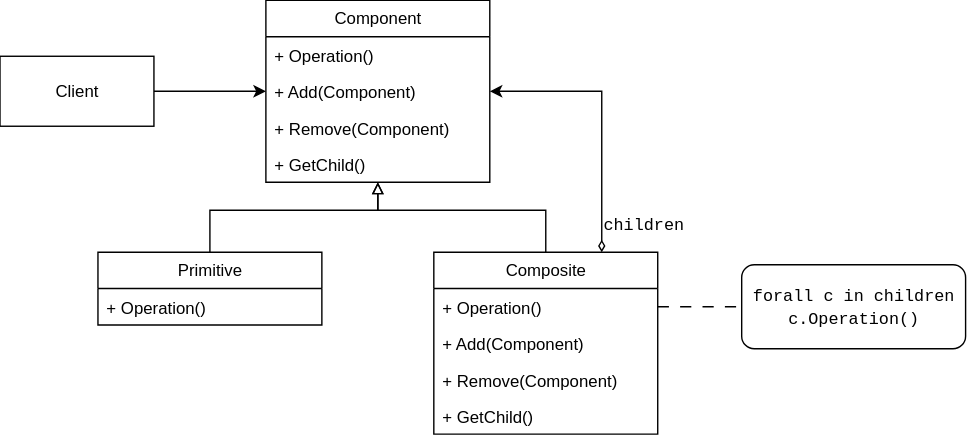
Earlier version of the draw.io export structural/composite/figs/diagram.svg (l7aur/Design-Patterns-Playground). Source tidied: cells renumbered, new cells last; positions are measured from the earlier drawing's top-left corner, leaving out a move shared by most shapes. The source it was exported from:
```xml
<mxGraphModel>
  <root>
    <mxCell id="0" />
    <mxCell id="1" parent="0" />
    <mxCell id="2" value="Component" style="swimlane;fontStyle=0;horizontal=1;startSize=26;fillColor=none;whiteSpace=wrap;html=1;" parent="1" vertex="1">
      <mxGeometry x="190" width="160" height="130" as="geometry" />
    </mxCell>
    <mxCell id="3" value="+ Operation()&lt;div&gt;&lt;br&gt;&lt;/div&gt;" style="text;strokeColor=none;fillColor=none;align=left;verticalAlign=top;spacingLeft=4;spacingRight=4;overflow=hidden;whiteSpace=wrap;html=1;" parent="2" vertex="1">
      <mxGeometry y="26" width="160" height="26" as="geometry" />
    </mxCell>
    <mxCell id="4" value="+ Add(Component)" style="text;strokeColor=none;fillColor=none;align=left;verticalAlign=top;spacingLeft=4;spacingRight=4;overflow=hidden;points=[[0,0.5],[1,0.5]];portConstraint=eastwest;whiteSpace=wrap;html=1;" parent="2" vertex="1">
      <mxGeometry y="52" width="160" height="26" as="geometry" />
    </mxCell>
    <mxCell id="5" value="+ Remove(Component)" style="text;strokeColor=none;fillColor=none;align=left;verticalAlign=top;spacingLeft=4;spacingRight=4;overflow=hidden;whiteSpace=wrap;html=1;" parent="2" vertex="1">
      <mxGeometry y="78" width="160" height="26" as="geometry" />
    </mxCell>
    <mxCell id="6" value="+ GetChild()" style="text;strokeColor=none;fillColor=none;align=left;verticalAlign=top;spacingLeft=4;spacingRight=4;overflow=hidden;whiteSpace=wrap;html=1;" parent="2" vertex="1">
      <mxGeometry y="104" width="160" height="26" as="geometry" />
    </mxCell>
    <mxCell id="7" value="Composite" style="swimlane;fontStyle=0;horizontal=1;startSize=26;fillColor=none;whiteSpace=wrap;html=1;" parent="1" vertex="1">
      <mxGeometry x="310" y="180" width="160" height="130" as="geometry" />
    </mxCell>
    <mxCell id="8" value="+ Operation()" style="text;strokeColor=none;fillColor=none;align=left;verticalAlign=top;spacingLeft=4;spacingRight=4;overflow=hidden;whiteSpace=wrap;html=1;" parent="7" vertex="1">
      <mxGeometry y="26" width="160" height="26" as="geometry" />
    </mxCell>
    <mxCell id="9" value="+ Add(Component)" style="text;strokeColor=none;fillColor=none;align=left;verticalAlign=top;spacingLeft=4;spacingRight=4;overflow=hidden;whiteSpace=wrap;html=1;" parent="7" vertex="1">
      <mxGeometry y="52" width="160" height="26" as="geometry" />
    </mxCell>
    <mxCell id="10" value="+ Remove(Component)" style="text;strokeColor=none;fillColor=none;align=left;verticalAlign=top;spacingLeft=4;spacingRight=4;overflow=hidden;whiteSpace=wrap;html=1;" parent="7" vertex="1">
      <mxGeometry y="78" width="160" height="26" as="geometry" />
    </mxCell>
    <mxCell id="11" value="+ GetChild()" style="text;strokeColor=none;fillColor=none;align=left;verticalAlign=top;spacingLeft=4;spacingRight=4;overflow=hidden;whiteSpace=wrap;html=1;" parent="7" vertex="1">
      <mxGeometry y="104" width="160" height="26" as="geometry" />
    </mxCell>
    <mxCell id="12" value="Primitive" style="swimlane;fontStyle=0;horizontal=1;startSize=26;fillColor=none;whiteSpace=wrap;html=1;" parent="1" vertex="1">
      <mxGeometry x="70" y="180" width="160" height="52" as="geometry" />
    </mxCell>
    <mxCell id="13" value="+ Operation()" style="text;strokeColor=none;fillColor=none;align=left;verticalAlign=top;spacingLeft=4;spacingRight=4;overflow=hidden;whiteSpace=wrap;html=1;" parent="12" vertex="1">
      <mxGeometry y="26" width="160" height="26" as="geometry" />
    </mxCell>
    <mxCell id="14" style="edgeStyle=orthogonalEdgeStyle;rounded=0;jettySize=auto;html=1;exitX=1;exitY=0.5;exitDx=0;exitDy=0;entryX=0;entryY=0.5;entryDx=0;entryDy=0;" parent="1" edge="1" source="15" target="2">
      <mxGeometry relative="1" as="geometry" />
    </mxCell>
    <mxCell id="15" value="Client" style="html=1;whiteSpace=wrap;" parent="1" vertex="1">
      <mxGeometry y="40" width="110" height="50" as="geometry" />
    </mxCell>
    <mxCell id="16" style="endArrow=block;html=1;rounded=0;endFill=0;exitX=0.5;exitY=0;exitDx=0;exitDy=0;entryX=0.5;entryY=1;entryDx=0;entryDy=0;" parent="1" edge="1" source="12" target="2">
      <mxGeometry relative="1" as="geometry">
        <Array as="points">
          <mxPoint x="150" y="150" />
          <mxPoint x="270" y="150" />
        </Array>
      </mxGeometry>
    </mxCell>
    <mxCell id="17" style="endArrow=block;html=1;rounded=0;endFill=0;exitX=0.5;exitY=0;exitDx=0;exitDy=0;entryX=0.5;entryY=1;entryDx=0;entryDy=0;" parent="1" edge="1" source="7" target="2">
      <mxGeometry relative="1" as="geometry">
        <Array as="points">
          <mxPoint x="390" y="150" />
          <mxPoint x="270" y="150" />
        </Array>
      </mxGeometry>
    </mxCell>
    <mxCell id="18" style="edgeStyle=orthogonalEdgeStyle;rounded=0;jettySize=auto;html=1;entryX=0;entryY=0.5;entryDx=0;entryDy=0;entryPerimeter=0;startArrow=none;startFill=0;dashed=1;dashPattern=8 8;endArrow=none;endFill=0;" parent="1" edge="1" target="19">
      <mxGeometry relative="1" as="geometry">
        <mxPoint x="470" y="219" as="sourcePoint" />
      </mxGeometry>
    </mxCell>
    <mxCell id="19" value="&lt;font face=&quot;Courier New&quot;&gt;forall c in children&lt;/font&gt;&lt;div&gt;&lt;font face=&quot;Courier New&quot;&gt;c.Operation()&lt;/font&gt;&lt;/div&gt;" style="rounded=1;whiteSpace=wrap;html=1;" parent="1" vertex="1">
      <mxGeometry x="530" y="189" width="160" height="60" as="geometry" />
    </mxCell>
    <mxCell id="20" style="endArrow=classic;html=1;rounded=0;entryX=1;entryY=0.5;entryDx=0;entryDy=0;exitX=0.75;exitY=0;exitDx=0;exitDy=0;startArrow=diamondThin;startFill=0;" parent="1" edge="1" source="7" target="4">
      <mxGeometry relative="1" as="geometry">
        <Array as="points">
          <mxPoint x="430" y="65" />
        </Array>
      </mxGeometry>
    </mxCell>
    <mxCell id="21" value="&lt;font face=&quot;Courier New&quot;&gt;children&lt;/font&gt;" style="text;html=1;whiteSpace=wrap;strokeColor=none;fillColor=none;align=center;verticalAlign=middle;rounded=0;fontFamily=Times New Roman;" parent="1" vertex="1">
      <mxGeometry x="440" y="150" width="40" height="20" as="geometry" />
    </mxCell>
  </root>
</mxGraphModel>
```
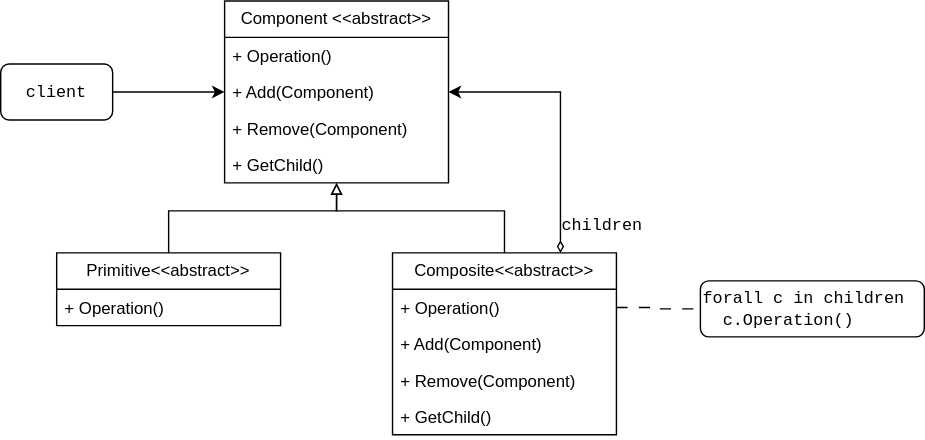
Above is the later version.

Commit message:
added example diagram, small fixes

The edit, as a diff of the source:
```diff
@@ -2,7 +2,7 @@
   <root>
     <mxCell id="0" />
     <mxCell id="1" parent="0" />
-    <mxCell id="2" value="Component" style="swimlane;fontStyle=0;horizontal=1;startSize=26;fillColor=none;whiteSpace=wrap;html=1;" parent="1" vertex="1">
+    <mxCell id="2" value="Component &amp;lt;&amp;lt;abstract&amp;gt;&amp;gt;" style="swimlane;fontStyle=0;horizontal=1;startSize=26;fillColor=none;whiteSpace=wrap;html=1;" parent="1" vertex="1">
       <mxGeometry x="190" width="160" height="130" as="geometry" />
     </mxCell>
     <mxCell id="3" value="+ Operation()&lt;div&gt;&lt;br&gt;&lt;/div&gt;" style="text;strokeColor=none;fillColor=none;align=left;verticalAlign=top;spacingLeft=4;spacingRight=4;overflow=hidden;whiteSpace=wrap;html=1;" parent="2" vertex="1">
@@ -17,7 +17,7 @@
     <mxCell id="6" value="+ GetChild()" style="text;strokeColor=none;fillColor=none;align=left;verticalAlign=top;spacingLeft=4;spacingRight=4;overflow=hidden;whiteSpace=wrap;html=1;" parent="2" vertex="1">
       <mxGeometry y="104" width="160" height="26" as="geometry" />
     </mxCell>
-    <mxCell id="7" value="Composite" style="swimlane;fontStyle=0;horizontal=1;startSize=26;fillColor=none;whiteSpace=wrap;html=1;" parent="1" vertex="1">
+    <mxCell id="7" value="Composite&amp;lt;&amp;lt;abstract&amp;gt;&amp;gt;" style="swimlane;fontStyle=0;horizontal=1;startSize=26;fillColor=none;whiteSpace=wrap;html=1;" parent="1" vertex="1">
       <mxGeometry x="310" y="180" width="160" height="130" as="geometry" />
     </mxCell>
     <mxCell id="8" value="+ Operation()" style="text;strokeColor=none;fillColor=none;align=left;verticalAlign=top;spacingLeft=4;spacingRight=4;overflow=hidden;whiteSpace=wrap;html=1;" parent="7" vertex="1">
@@ -32,18 +32,15 @@
     <mxCell id="11" value="+ GetChild()" style="text;strokeColor=none;fillColor=none;align=left;verticalAlign=top;spacingLeft=4;spacingRight=4;overflow=hidden;whiteSpace=wrap;html=1;" parent="7" vertex="1">
       <mxGeometry y="104" width="160" height="26" as="geometry" />
     </mxCell>
-    <mxCell id="12" value="Primitive" style="swimlane;fontStyle=0;horizontal=1;startSize=26;fillColor=none;whiteSpace=wrap;html=1;" parent="1" vertex="1">
+    <mxCell id="12" value="Primitive&amp;lt;&amp;lt;abstract&amp;gt;&amp;gt;" style="swimlane;fontStyle=0;horizontal=1;startSize=26;fillColor=none;whiteSpace=wrap;html=1;" parent="1" vertex="1">
       <mxGeometry x="70" y="180" width="160" height="52" as="geometry" />
     </mxCell>
     <mxCell id="13" value="+ Operation()" style="text;strokeColor=none;fillColor=none;align=left;verticalAlign=top;spacingLeft=4;spacingRight=4;overflow=hidden;whiteSpace=wrap;html=1;" parent="12" vertex="1">
       <mxGeometry y="26" width="160" height="26" as="geometry" />
     </mxCell>
-    <mxCell id="14" style="edgeStyle=orthogonalEdgeStyle;rounded=0;jettySize=auto;html=1;exitX=1;exitY=0.5;exitDx=0;exitDy=0;entryX=0;entryY=0.5;entryDx=0;entryDy=0;" parent="1" edge="1" source="15" target="2">
+    <mxCell id="14" style="edgeStyle=orthogonalEdgeStyle;rounded=0;jettySize=auto;html=1;exitX=1;exitY=0.5;exitDx=0;exitDy=0;entryX=0;entryY=0.5;entryDx=0;entryDy=0;" parent="1" edge="1" source="22" target="2">
       <mxGeometry relative="1" as="geometry" />
     </mxCell>
-    <mxCell id="15" value="Client" style="html=1;whiteSpace=wrap;" parent="1" vertex="1">
-      <mxGeometry y="40" width="110" height="50" as="geometry" />
-    </mxCell>
     <mxCell id="16" style="endArrow=block;html=1;rounded=0;endFill=0;exitX=0.5;exitY=0;exitDx=0;exitDy=0;entryX=0.5;entryY=1;entryDx=0;entryDy=0;" parent="1" edge="1" source="12" target="2">
       <mxGeometry relative="1" as="geometry">
         <Array as="points">
@@ -65,8 +62,8 @@
         <mxPoint x="470" y="219" as="sourcePoint" />
       </mxGeometry>
     </mxCell>
-    <mxCell id="19" value="&lt;font face=&quot;Courier New&quot;&gt;forall c in children&lt;/font&gt;&lt;div&gt;&lt;font face=&quot;Courier New&quot;&gt;c.Operation()&lt;/font&gt;&lt;/div&gt;" style="rounded=1;whiteSpace=wrap;html=1;" parent="1" vertex="1">
-      <mxGeometry x="530" y="189" width="160" height="60" as="geometry" />
+    <mxCell id="19" value="&lt;font face=&quot;Courier New&quot;&gt;forall c in children&lt;/font&gt;&lt;div&gt;&lt;font face=&quot;Courier New&quot;&gt;&amp;nbsp; c.Operation()&lt;/font&gt;&lt;/div&gt;" style="rounded=1;whiteSpace=wrap;html=1;align=left;" parent="1" vertex="1">
+      <mxGeometry x="530" y="200" width="160" height="40" as="geometry" />
     </mxCell>
     <mxCell id="20" style="endArrow=classic;html=1;rounded=0;entryX=1;entryY=0.5;entryDx=0;entryDy=0;exitX=0.75;exitY=0;exitDx=0;exitDy=0;startArrow=diamondThin;startFill=0;" parent="1" edge="1" source="7" target="4">
       <mxGeometry relative="1" as="geometry">
@@ -78,5 +75,8 @@
     <mxCell id="21" value="&lt;font face=&quot;Courier New&quot;&gt;children&lt;/font&gt;" style="text;html=1;whiteSpace=wrap;strokeColor=none;fillColor=none;align=center;verticalAlign=middle;rounded=0;fontFamily=Times New Roman;" parent="1" vertex="1">
       <mxGeometry x="440" y="150" width="40" height="20" as="geometry" />
     </mxCell>
+    <mxCell id="22" value="&lt;font face=&quot;Courier New&quot;&gt;client&lt;/font&gt;" style="rounded=1;whiteSpace=wrap;html=1;align=center;" parent="1" vertex="1">
+      <mxGeometry x="30" y="45" width="80" height="40" as="geometry" />
+    </mxCell>
   </root>
 </mxGraphModel>
```
